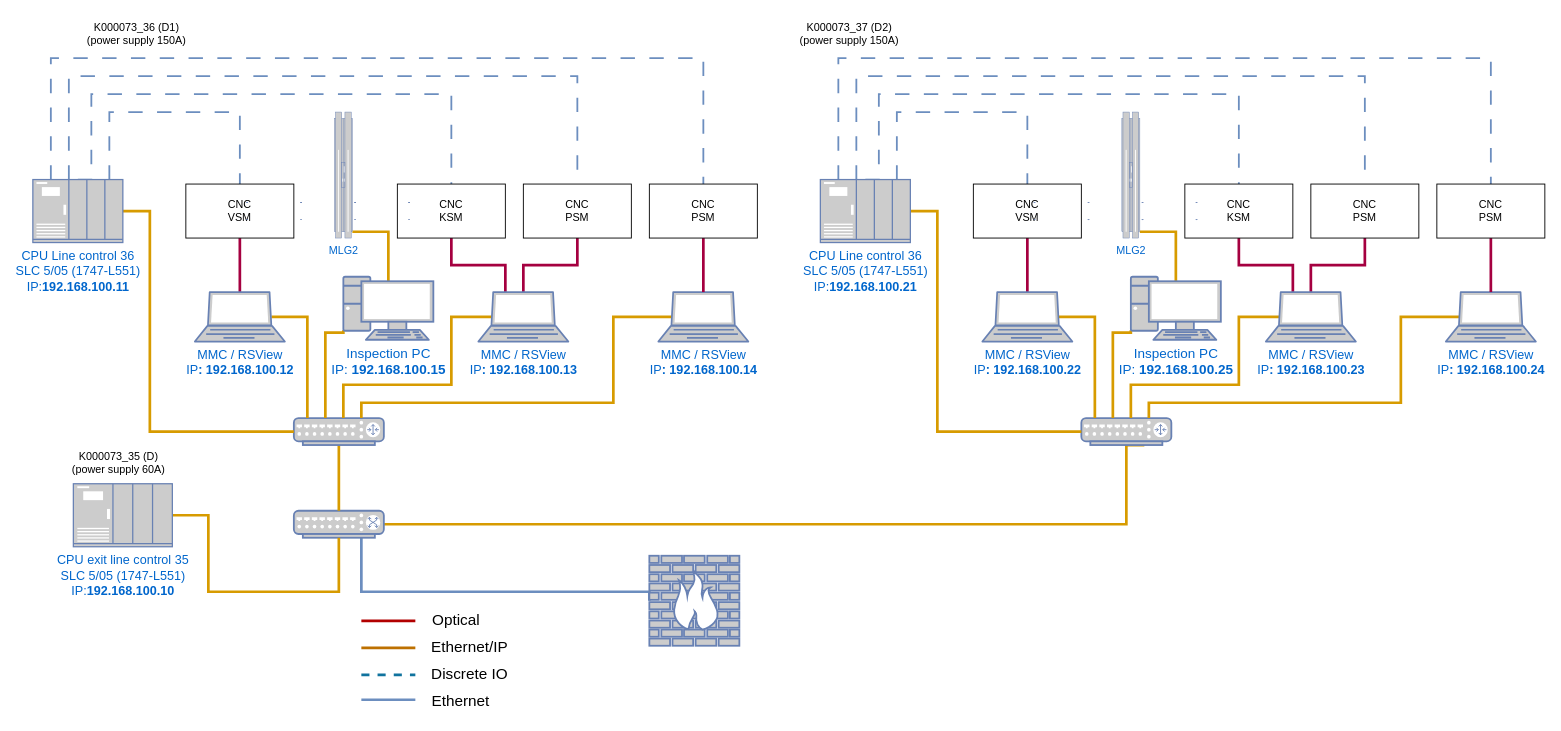
Earlier version of the draw.io diagram BR-C2.drawio (megavad/Diagrams). Source tidied: cells renumbered, new cells numbered last; positions are measured from the earlier drawing's top-left corner, leaving out a move shared by most shapes. Both pictures are drawn from the tidied source at 90%, with x=0, y=0 at pixel (32, 15).
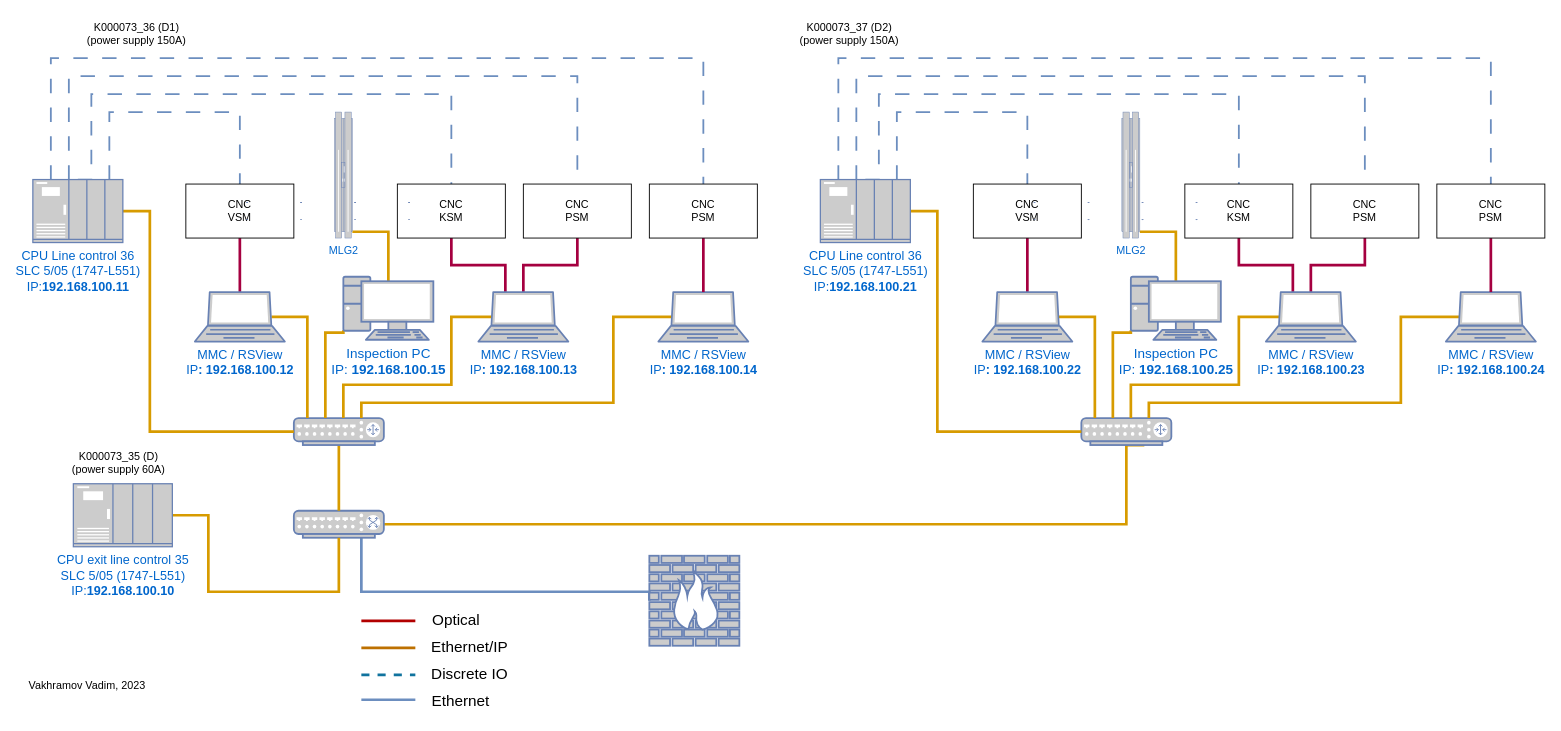
After the change.

The edit, as a diff of the source:
```diff
@@
+    <mxCell id="87" value="Vakhramov Vadim, 2023" style="text;html=1;align=center;verticalAlign=middle;strokeColor=none;fillColor=none;" parent="1" vertex="1">
+      <mxGeometry x="-15" y="730" width="150" height="30" as="geometry" />
+    </mxCell>
```
